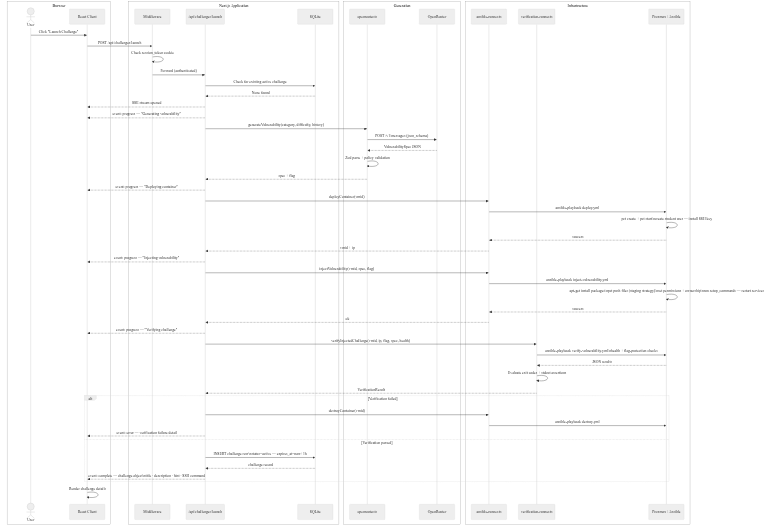
The Mermaid diagram mermaid/from-spec/launch_pipeline.png in Haris-AK/vulnforge-dissertation, before a commit. Its source is kept beside it as mermaid/from-spec/launch_pipeline.mmd.
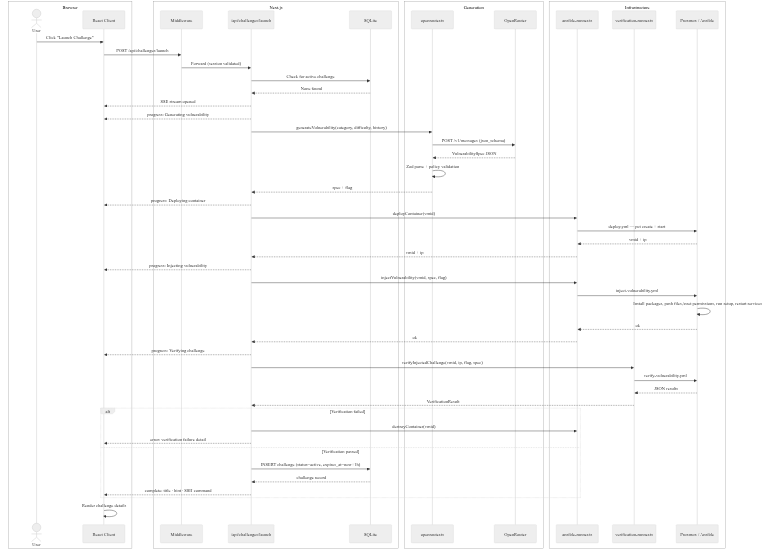
Above is the later version.

What changed in the source:
```diff
@@ -2,7 +2,7 @@
   "theme": "neutral",
   "themeVariables": {
     "fontFamily": "Times New Roman, serif",
-    "fontSize": "13px"
+    "fontSize": "12px"
   }
 }}%%
 sequenceDiagram
@@ -10,7 +10,7 @@
         actor User
         participant Client as React Client
     end
-    box Next.js Application
+    box Next.js
         participant MW as Middleware
         participant API as /api/challenges/launch
         participant DB as SQLite
@@ -27,50 +27,44 @@
 
     User->>Client: Click "Launch Challenge"
     Client->>MW: POST /api/challenges/launch
-    MW->>MW: Check session_token cookie
-    MW->>API: Forward (authenticated)
+    MW->>API: Forward (session validated)
+    API->>DB: Check for active challenge
+    DB-->>API: None found
+    API-->>Client: SSE stream opened
 
-    API->>DB: Check for existing active challenge
-    DB-->>API: None found
-
-    API-->>Client: SSE stream opened
-    API-->>Client: event: progress — "Generating vulnerability"
-
+    API-->>Client: progress: Generating vulnerability
     API->>Gen: generateVulnerability(category, difficulty, history)
     Gen->>OR: POST /v1/messages (json_schema)
     OR-->>Gen: VulnerabilitySpec JSON
     Gen->>Gen: Zod parse + policy validation
     Gen-->>API: spec + flag
 
-    API-->>Client: event: progress — "Deploying container"
+    API-->>Client: progress: Deploying container
     API->>Ans: deployContainer(vmid)
-    Ans->>PX: ansible-playbook deploy.yml
-    PX->>PX: pct create + pct start\ncreate student user — install SSH key
-    PX-->>Ans: success
+    Ans->>PX: deploy.yml — pct create + start
+    PX-->>Ans: vmid + ip
     Ans-->>API: vmid + ip
 
-    API-->>Client: event: progress — "Injecting vulnerability"
+    API-->>Client: progress: Injecting vulnerability
     API->>Ans: injectVulnerability(vmid, spec, flag)
-    Ans->>PX: ansible-playbook inject-vulnerability.yml
-    PX->>PX: apt-get install packages\npct push files (staging strategy)\nset permissions + ownership\nrun setup_commands — restart services
-    PX-->>Ans: success
+    Ans->>PX: inject-vulnerability.yml
+    PX->>PX: Install packages, push files,\nset permissions, run setup, restart services
+    PX-->>Ans: ok
     Ans-->>API: ok
 
-    API-->>Client: event: progress — "Verifying challenge"
-    API->>Ver: verifyInjectedChallenge(vmid, ip, flag, spec, health)
-    Ver->>PX: ansible-playbook verify-vulnerability.yml\nhealth + flag-protection checks
+    API-->>Client: progress: Verifying challenge
+    API->>Ver: verifyInjectedChallenge(vmid, ip, flag, spec)
+    Ver->>PX: verify-vulnerability.yml
     PX-->>Ver: JSON results
-    Ver->>Ver: Evaluate exit codes + stdout assertions
     Ver-->>API: VerificationResult
 
     alt Verification failed
         API->>Ans: destroyContainer(vmid)
-        Ans->>PX: ansible-playbook destroy.yml
-        API-->>Client: event: error — verification failure detail
+        API-->>Client: error: verification failure detail
     else Verification passed
-        API->>DB: INSERT challenge row\nstatus=active — expires_at=now+1h
+        API->>DB: INSERT challenge (status=active, expires_at=now+1h)
         DB-->>API: challenge record
-        API-->>Client: event: complete — challenge object\ntitle · description · hint · SSH command
+        API-->>Client: complete: title · hint · SSH command
     end
 
     Client->>Client: Render challenge details
```
